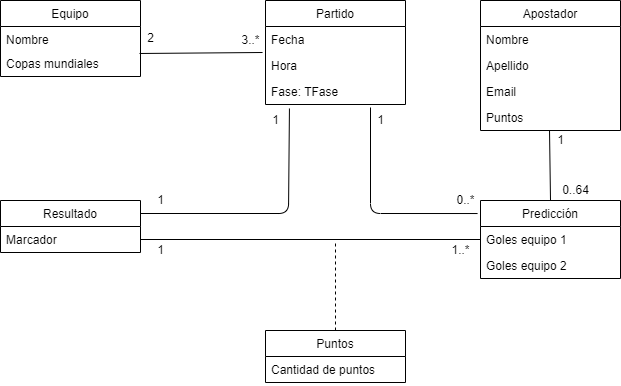
AFungo/Prode-AYDS2022-BAF keeps this draw.io diagram as Diagrama_de_clases.png. Above is the earlier version. Source tidied: cells renumbered, new cells last; positions are measured from the earlier drawing's top-left corner, leaving out a move shared by most shapes.
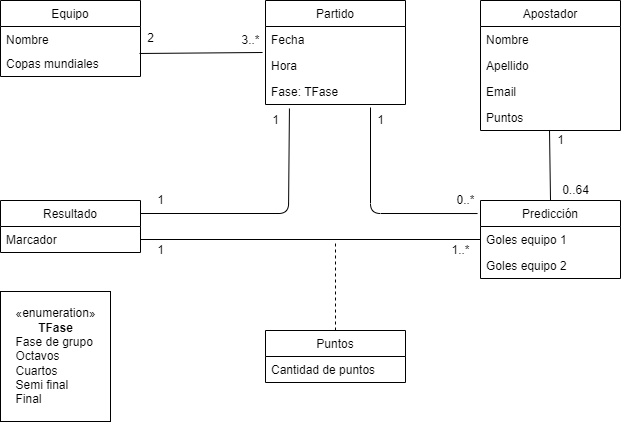
After the change.

Commit message:
Tipo TFase creado

What changed in the source:
```diff
@@ -117,5 +117,8 @@
         <mxPoint x="335" y="240" as="targetPoint" />
       </mxGeometry>
     </mxCell>
+    <mxCell id="37" value="«enumeration»&lt;br&gt;&lt;b&gt;TFase&lt;/b&gt;&lt;br&gt;&lt;div style=&quot;text-align: left&quot;&gt;&lt;span&gt;Fase de grupo&lt;/span&gt;&lt;/div&gt;&lt;div style=&quot;text-align: left&quot;&gt;&lt;span&gt;Octavos&lt;/span&gt;&lt;/div&gt;&lt;div style=&quot;text-align: left&quot;&gt;&lt;span&gt;Cuartos&lt;/span&gt;&lt;/div&gt;&lt;div style=&quot;text-align: left&quot;&gt;&lt;span&gt;Semi final&lt;/span&gt;&lt;/div&gt;&lt;div style=&quot;text-align: left&quot;&gt;&lt;span&gt;Final&lt;/span&gt;&lt;/div&gt;" style="html=1;" parent="1" vertex="1">
+      <mxGeometry y="291" width="110" height="130" as="geometry" />
+    </mxCell>
   </root>
 </mxGraphModel>
```
